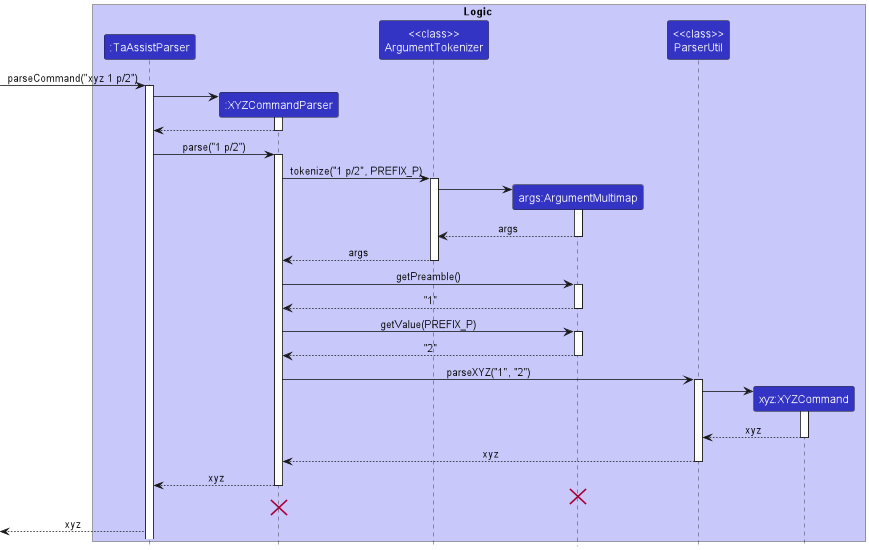
nus-cs2103-AY2223S1/tp keeps this PlantUML diagram as docs/images/XYZCommandParserSequenceDiagram.png. Above is the earlier version. The source it was exported from:
```plantuml
@startuml
!include style.puml

box Logic LOGIC_COLOR_T1
participant ":TaAssistParser" as TaAssistParser LOGIC_COLOR
participant ":XYZCommandParser" as XYZCommandParser LOGIC_COLOR
participant "<<class>>\nArgumentTokenizer" as ArgumentTokenizer LOGIC_COLOR
participant "args:ArgumentMultimap" as ArgumentMultimap LOGIC_COLOR
participant "<<class>>\nParserUtil" as ParserUtil LOGIC_COLOR
participant "xyz:XYZCommand" as XYZCommand LOGIC_COLOR
end box

[-> TaAssistParser : parseCommand("xyz 1 p/2")
activate TaAssistParser

create XYZCommandParser
TaAssistParser -> XYZCommandParser
activate XYZCommandParser

XYZCommandParser --> TaAssistParser
deactivate XYZCommandParser

TaAssistParser -> XYZCommandParser: parse("1 p/2")
activate XYZCommandParser

XYZCommandParser -> ArgumentTokenizer: tokenize("1 p/2", PREFIX_P)
activate ArgumentTokenizer

create ArgumentMultimap
ArgumentTokenizer -> ArgumentMultimap
activate ArgumentMultimap

ArgumentMultimap --> ArgumentTokenizer:args
deactivate ArgumentMultimap

ArgumentTokenizer --> XYZCommandParser:args
deactivate ArgumentTokenizer

XYZCommandParser -> ArgumentMultimap: getPreamble()
activate ArgumentMultimap

ArgumentMultimap --> XYZCommandParser: "1"
deactivate ArgumentMultimap

XYZCommandParser -> ArgumentMultimap: getValue(PREFIX_P)
activate ArgumentMultimap

ArgumentMultimap --> XYZCommandParser: "2"
deactivate ArgumentMultimap

XYZCommandParser -> ParserUtil: parseXYZ("1", "2")
activate ParserUtil

create XYZCommand
ParserUtil -> XYZCommand
activate XYZCommand

XYZCommand --> ParserUtil: xyz
deactivate XYZCommand

ParserUtil --> XYZCommandParser: xyz
deactivate ParserUtil

XYZCommandParser --> TaAssistParser: xyz
deactivate XYZCommandParser

ArgumentMultimap -[hidden]-> XYZCommandParser
destroy ArgumentMultimap
XYZCommandParser -[hidden]-> TaAssistParser
destroy XYZCommandParser

TaAssistParser -->[: xyz

@enduml
```
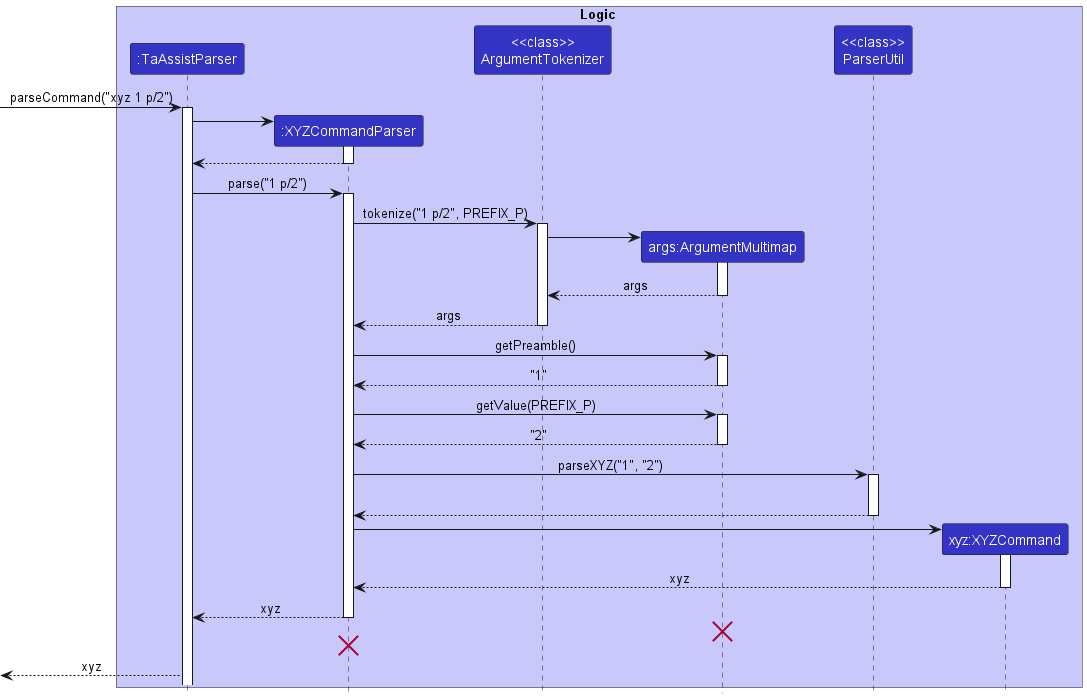
Above is the later version.

What changed in the source:
```diff
@@ -51,15 +51,17 @@
 XYZCommandParser -> ParserUtil: parseXYZ("1", "2")
 activate ParserUtil
 
+ParserUtil -[hidden]> ParserUtil
+
+ParserUtil --> XYZCommandParser:
+deactivate ParserUtil
+
 create XYZCommand
-ParserUtil -> XYZCommand
+XYZCommandParser -> XYZCommand
 activate XYZCommand
 
-XYZCommand --> ParserUtil: xyz
+XYZCommand --> XYZCommandParser: xyz
 deactivate XYZCommand
-
-ParserUtil --> XYZCommandParser: xyz
-deactivate ParserUtil
 
 XYZCommandParser --> TaAssistParser: xyz
 deactivate XYZCommandParser
```
